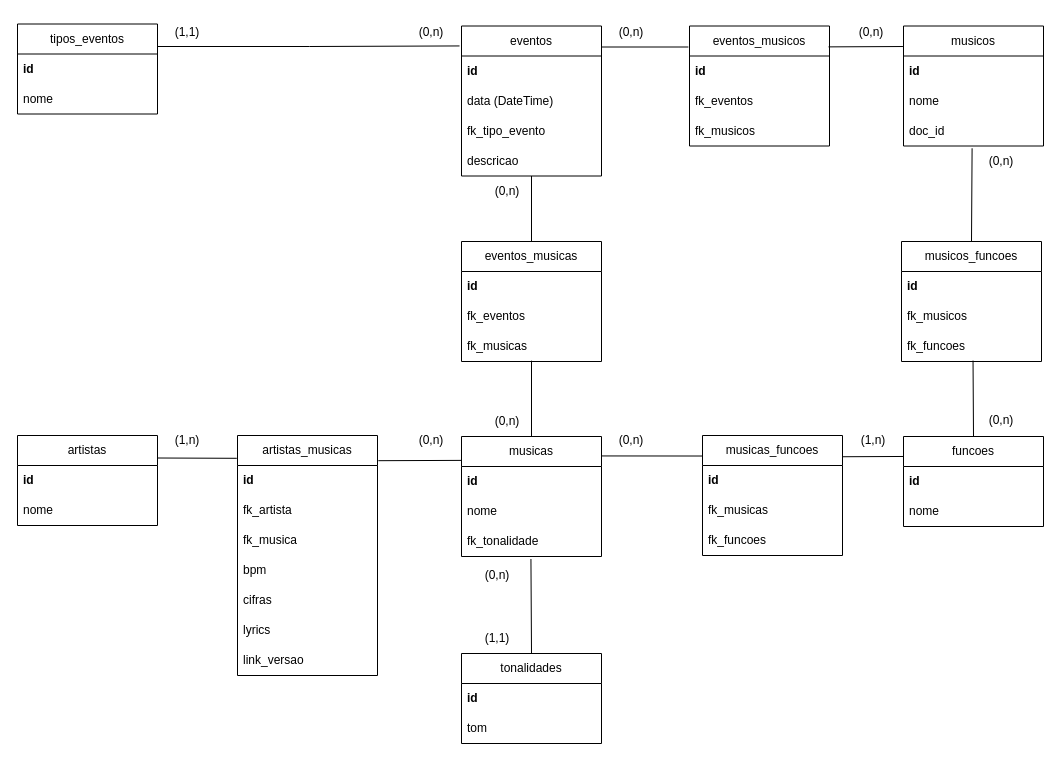
gabriel-txt/EscalaCanto keeps this draw.io diagram as page "MER_ver4" (1 of 4) of modelo_entidade_relacionamento.drawio. Above is the earlier version. Source tidied: cells renumbered, new cells numbered last; positions are measured from the earlier drawing's top-left corner, leaving out a move shared by most shapes. Both pictures are drawn from the tidied source at 100%, with x=0, y=0 at pixel (17, 16).
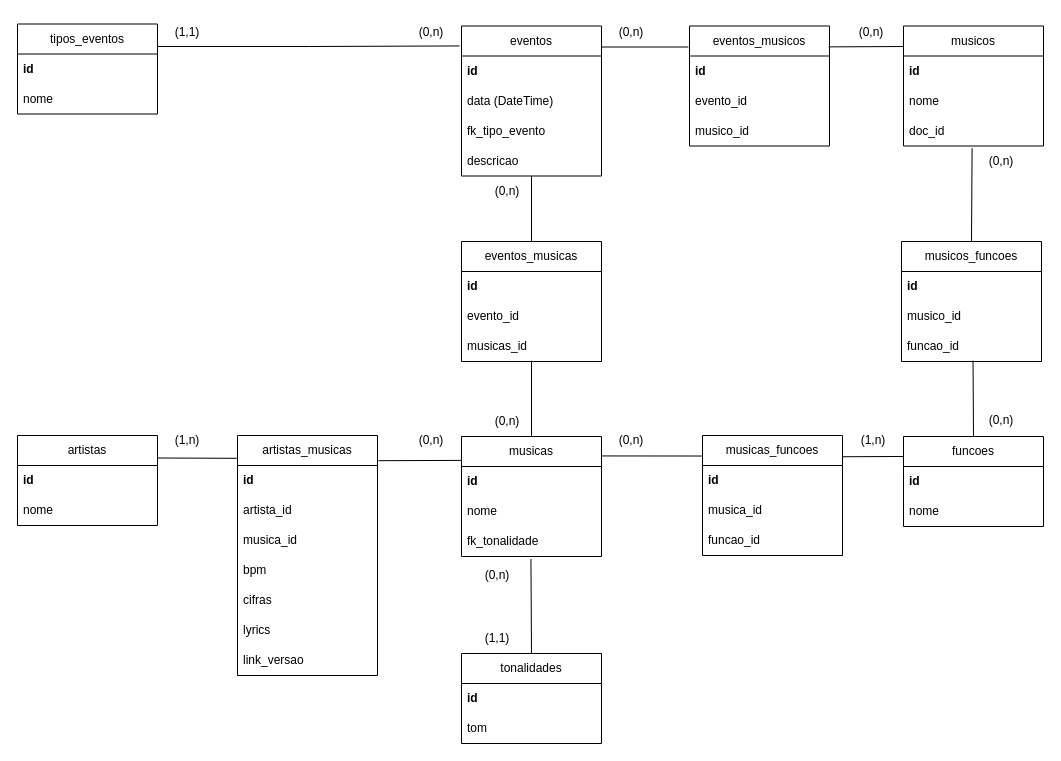
The same diagram, later.

Commit message:
Ajuste de nomes de atributos nas pivot

Unchanged cells that the change refers to:
```xml
<mxCell id="27" value="artistas_musicas" style="swimlane;fontStyle=0;horizontal=1;startSize=30;whiteSpace=wrap;html=1;" parent="1" vertex="1">
  <mxGeometry x="220" y="419" width="140" height="240" as="geometry" />
</mxCell>
<mxCell id="41" value="eventos_musicas" style="swimlane;fontStyle=0;horizontal=1;startSize=30;whiteSpace=wrap;html=1;" parent="1" vertex="1">
  <mxGeometry x="444" y="225" width="140" height="120" as="geometry" />
</mxCell>
<mxCell id="52" value="musicas_funcoes" style="swimlane;fontStyle=0;horizontal=1;startSize=30;whiteSpace=wrap;html=1;" parent="1" vertex="1">
  <mxGeometry x="685" y="419" width="140" height="120" as="geometry" />
</mxCell>
<mxCell id="61" value="eventos_musicos" style="swimlane;fontStyle=0;horizontal=1;startSize=30;whiteSpace=wrap;html=1;" parent="1" vertex="1">
  <mxGeometry x="672" y="9.5" width="140" height="120" as="geometry" />
</mxCell>
<mxCell id="72" value="musicos_funcoes" style="swimlane;fontStyle=0;horizontal=1;startSize=30;whiteSpace=wrap;html=1;" parent="1" vertex="1">
  <mxGeometry x="884" y="225" width="140" height="120" as="geometry" />
</mxCell>
```

What changed in the source:
```diff
@@
-    <mxCell id="29" value="fk_artista" style="text;strokeColor=none;fillColor=none;align=left;verticalAlign=middle;spacingLeft=4;spacingRight=4;overflow=hidden;whiteSpace=wrap;html=1;" parent="27" vertex="1">
+    <mxCell id="29" value="artista_id" style="text;strokeColor=none;fillColor=none;align=left;verticalAlign=middle;spacingLeft=4;spacingRight=4;overflow=hidden;whiteSpace=wrap;html=1;" parent="27" vertex="1">
       <mxGeometry y="60" width="140" height="30" as="geometry" />
     </mxCell>
-    <mxCell id="30" value="fk_musica" style="text;strokeColor=none;fillColor=none;align=left;verticalAlign=middle;spacingLeft=4;spacingRight=4;overflow=hidden;whiteSpace=wrap;html=1;" parent="27" vertex="1">
+    <mxCell id="30" value="musica_id" style="text;strokeColor=none;fillColor=none;align=left;verticalAlign=middle;spacingLeft=4;spacingRight=4;overflow=hidden;whiteSpace=wrap;html=1;" parent="27" vertex="1">
       <mxGeometry y="90" width="140" height="30" as="geometry" />
     </mxCell>
@@
-    <mxCell id="43" value="fk_eventos" style="text;strokeColor=none;fillColor=none;align=left;verticalAlign=middle;spacingLeft=4;spacingRight=4;overflow=hidden;whiteSpace=wrap;html=1;" parent="41" vertex="1">
+    <mxCell id="43" value="evento_id" style="text;strokeColor=none;fillColor=none;align=left;verticalAlign=middle;spacingLeft=4;spacingRight=4;overflow=hidden;whiteSpace=wrap;html=1;" parent="41" vertex="1">
       <mxGeometry y="60" width="140" height="30" as="geometry" />
     </mxCell>
-    <mxCell id="44" value="fk_musicas" style="text;strokeColor=none;fillColor=none;align=left;verticalAlign=middle;spacingLeft=4;spacingRight=4;overflow=hidden;points=[[0,0.5],[1,0.5]];portConstraint=eastwest;whiteSpace=wrap;html=1;" parent="41" vertex="1">
+    <mxCell id="44" value="musicas_id" style="text;strokeColor=none;fillColor=none;align=left;verticalAlign=middle;spacingLeft=4;spacingRight=4;overflow=hidden;points=[[0,0.5],[1,0.5]];portConstraint=eastwest;whiteSpace=wrap;html=1;" parent="41" vertex="1">
       <mxGeometry y="90" width="140" height="30" as="geometry" />
     </mxCell>
@@
-    <mxCell id="54" value="fk_musicas" style="text;strokeColor=none;fillColor=none;align=left;verticalAlign=middle;spacingLeft=4;spacingRight=4;overflow=hidden;whiteSpace=wrap;html=1;" parent="52" vertex="1">
+    <mxCell id="54" value="musica_id" style="text;strokeColor=none;fillColor=none;align=left;verticalAlign=middle;spacingLeft=4;spacingRight=4;overflow=hidden;whiteSpace=wrap;html=1;" parent="52" vertex="1">
       <mxGeometry y="60" width="140" height="30" as="geometry" />
     </mxCell>
-    <mxCell id="55" value="fk_funcoes" style="text;strokeColor=none;fillColor=none;align=left;verticalAlign=middle;spacingLeft=4;spacingRight=4;overflow=hidden;whiteSpace=wrap;html=1;" parent="52" vertex="1">
+    <mxCell id="55" value="funcao_id" style="text;strokeColor=none;fillColor=none;align=left;verticalAlign=middle;spacingLeft=4;spacingRight=4;overflow=hidden;whiteSpace=wrap;html=1;" parent="52" vertex="1">
       <mxGeometry y="90" width="140" height="30" as="geometry" />
     </mxCell>
@@
-    <mxCell id="63" value="fk_eventos" style="text;strokeColor=none;fillColor=none;align=left;verticalAlign=middle;spacingLeft=4;spacingRight=4;overflow=hidden;whiteSpace=wrap;html=1;" parent="61" vertex="1">
+    <mxCell id="63" value="evento_id" style="text;strokeColor=none;fillColor=none;align=left;verticalAlign=middle;spacingLeft=4;spacingRight=4;overflow=hidden;whiteSpace=wrap;html=1;" parent="61" vertex="1">
       <mxGeometry y="60" width="140" height="30" as="geometry" />
     </mxCell>
-    <mxCell id="64" value="fk_musicos" style="text;strokeColor=none;fillColor=none;align=left;verticalAlign=middle;spacingLeft=4;spacingRight=4;overflow=hidden;whiteSpace=wrap;html=1;" parent="61" vertex="1">
+    <mxCell id="64" value="musico_id" style="text;strokeColor=none;fillColor=none;align=left;verticalAlign=middle;spacingLeft=4;spacingRight=4;overflow=hidden;whiteSpace=wrap;html=1;" parent="61" vertex="1">
       <mxGeometry y="90" width="140" height="30" as="geometry" />
     </mxCell>
@@
-    <mxCell id="74" value="fk_musicos" style="text;strokeColor=none;fillColor=none;align=left;verticalAlign=middle;spacingLeft=4;spacingRight=4;overflow=hidden;whiteSpace=wrap;html=1;" parent="72" vertex="1">
+    <mxCell id="74" value="musico_id" style="text;strokeColor=none;fillColor=none;align=left;verticalAlign=middle;spacingLeft=4;spacingRight=4;overflow=hidden;whiteSpace=wrap;html=1;" parent="72" vertex="1">
       <mxGeometry y="60" width="140" height="30" as="geometry" />
     </mxCell>
-    <mxCell id="75" value="fk_funcoes" style="text;strokeColor=none;fillColor=none;align=left;verticalAlign=middle;spacingLeft=4;spacingRight=4;overflow=hidden;points=[[0,0.5],[1,0.5]];portConstraint=eastwest;whiteSpace=wrap;html=1;" parent="72" vertex="1">
+    <mxCell id="75" value="funcao_id" style="text;strokeColor=none;fillColor=none;align=left;verticalAlign=middle;spacingLeft=4;spacingRight=4;overflow=hidden;points=[[0,0.5],[1,0.5]];portConstraint=eastwest;whiteSpace=wrap;html=1;" parent="72" vertex="1">
       <mxGeometry y="90" width="140" height="30" as="geometry" />
     </mxCell>
```
